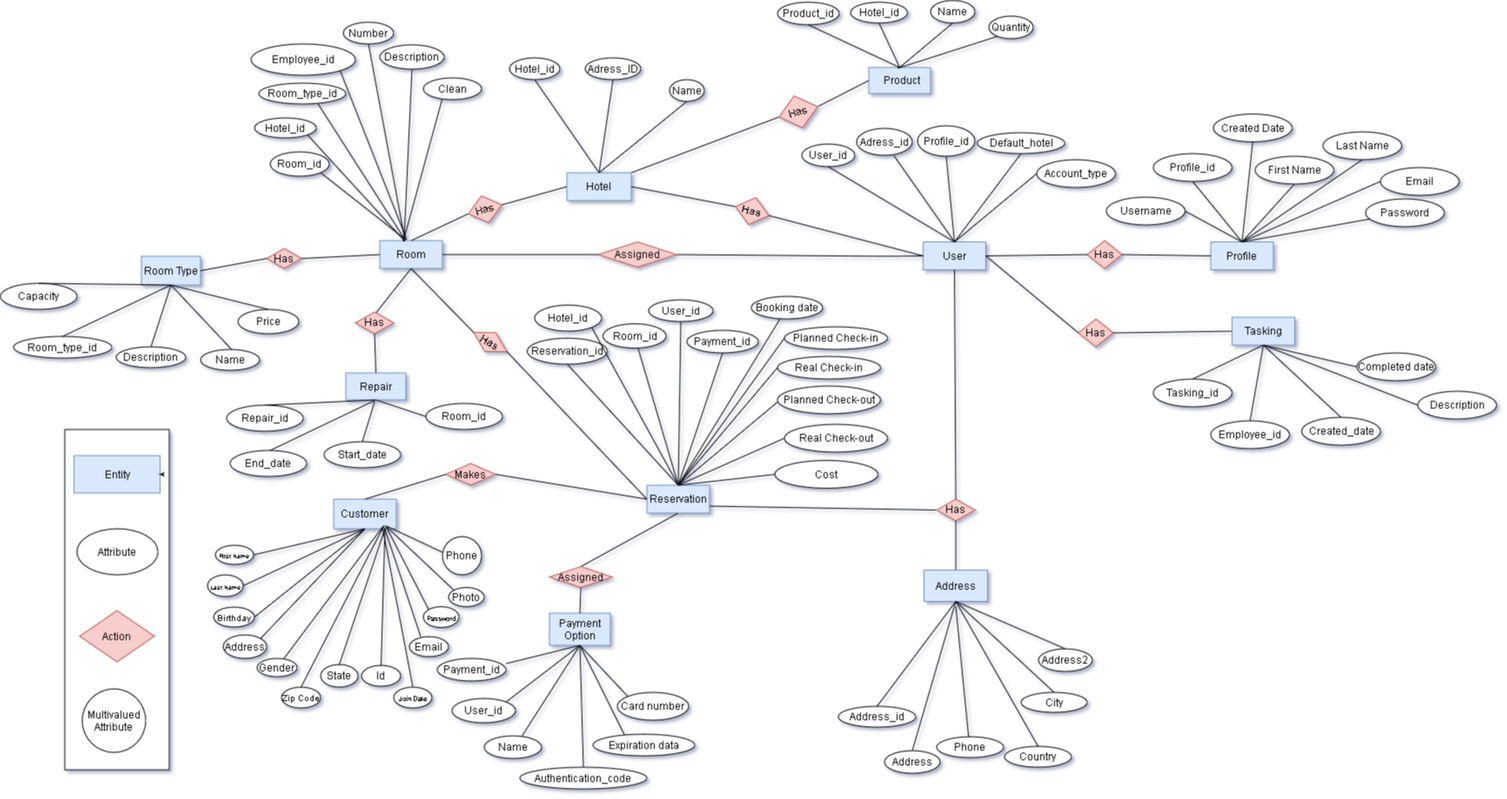
Above: Diagrams/ERD/ER_Diagram.png in Sonja17/Hotel-Management-System (draw.io), before the change. Source tidied: cells renumbered, new cells last; positions are measured from the earlier drawing's top-left corner, leaving out a move shared by most shapes.
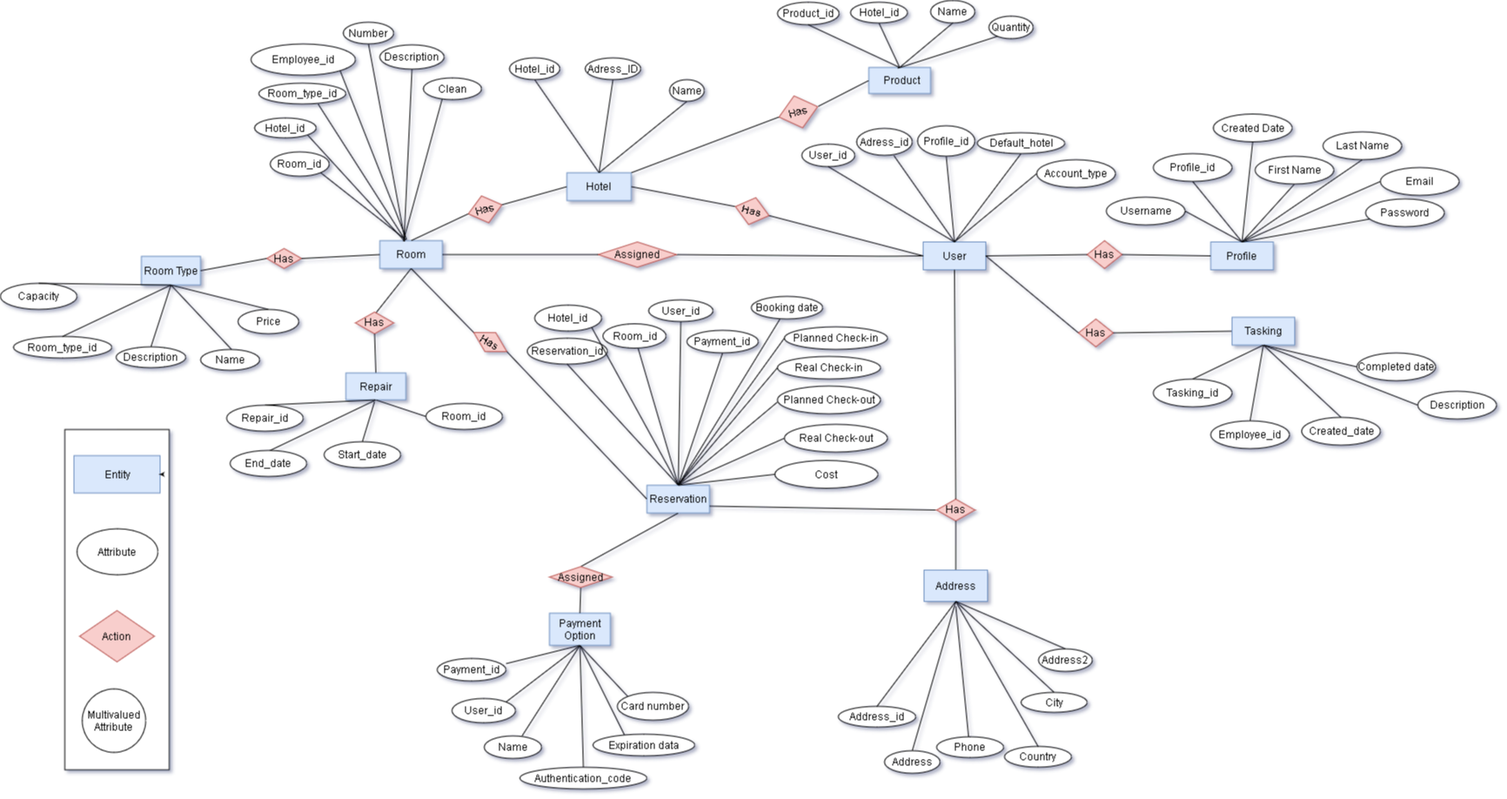
Above is the later version.

Diff of the diagram source:
```diff
@@ -96,24 +96,12 @@
     <mxCell id="31" style="endArrow=none;html=1;entryX=0;entryY=0.5;entryDx=0;entryDy=0;exitX=1;exitY=0.5;exitDx=0;exitDy=0;" parent="1" edge="1" source="29" target="6">
       <mxGeometry relative="1" as="geometry" />
     </mxCell>
-    <mxCell id="32" value="Customer" style="rounded=0;whiteSpace=wrap;html=1;fillColor=#dae8fc;strokeColor=#6c8ebf;" parent="1" vertex="1">
-      <mxGeometry x="383" y="573" width="72" height="34" as="geometry" />
-    </mxCell>
     <mxCell id="33" value="Payment Option" style="rounded=0;whiteSpace=wrap;html=1;fillColor=#dae8fc;strokeColor=#6c8ebf;" parent="1" vertex="1">
       <mxGeometry x="631" y="704" width="70" height="37" as="geometry" />
     </mxCell>
     <mxCell id="34" value="Address" style="rounded=0;whiteSpace=wrap;html=1;fillColor=#dae8fc;strokeColor=#6c8ebf;" parent="1" vertex="1">
       <mxGeometry x="1061.5" y="654.5" width="73" height="36" as="geometry" />
     </mxCell>
-    <mxCell id="35" value="Makes" style="rhombus;whiteSpace=wrap;html=1;fillColor=#f8cecc;strokeColor=#b85450;" parent="1" vertex="1">
-      <mxGeometry x="512" y="532" width="57" height="25" as="geometry" />
-    </mxCell>
-    <mxCell id="36" style="endArrow=none;html=1;entryX=0;entryY=0.5;entryDx=0;entryDy=0;exitX=1;exitY=0.5;exitDx=0;exitDy=0;" parent="1" edge="1" source="35" target="6">
-      <mxGeometry relative="1" as="geometry" />
-    </mxCell>
-    <mxCell id="37" style="endArrow=none;html=1;entryX=0;entryY=0.5;entryDx=0;entryDy=0;exitX=0.5;exitY=0;exitDx=0;exitDy=0;" parent="1" edge="1" source="32" target="35">
-      <mxGeometry relative="1" as="geometry" />
-    </mxCell>
     <mxCell id="38" style="endArrow=none;html=1;exitX=0.5;exitY=0;exitDx=0;exitDy=0;entryX=0.5;entryY=1;entryDx=0;entryDy=0;" parent="1" edge="1" source="33" target="54">
       <mxGeometry relative="1" as="geometry" />
     </mxCell>
@@ -223,102 +211,6 @@
     <mxCell id="70" style="endArrow=none;html=1;entryX=0;entryY=0.5;entryDx=0;entryDy=0;exitX=0.5;exitY=0;exitDx=0;exitDy=0;" parent="1" edge="1" source="5" target="65">
       <mxGeometry relative="1" as="geometry" />
     </mxCell>
-    <mxCell id="71" value="&lt;font style=&quot;font-size: 8px&quot;&gt;Password&lt;/font&gt;" style="ellipse;whiteSpace=wrap;html=1;" parent="1" vertex="1">
-      <mxGeometry x="486" y="696.5" width="41" height="24" as="geometry" />
-    </mxCell>
-    <mxCell id="72" value="Email" style="ellipse;whiteSpace=wrap;html=1;" parent="1" vertex="1">
-      <mxGeometry x="470" y="731" width="45" height="23" as="geometry" />
-    </mxCell>
-    <mxCell id="73" value="Id" style="ellipse;whiteSpace=wrap;html=1;" parent="1" vertex="1">
-      <mxGeometry x="415" y="764" width="45" height="24" as="geometry" />
-    </mxCell>
-    <mxCell id="74" value="Photo" style="ellipse;whiteSpace=wrap;html=1;" parent="1" vertex="1">
-      <mxGeometry x="515" y="674.5" width="41" height="22" as="geometry" />
-    </mxCell>
-    <mxCell id="75" value="State" style="ellipse;whiteSpace=wrap;html=1;" parent="1" vertex="1">
-      <mxGeometry x="368" y="763" width="43" height="26" as="geometry" />
-    </mxCell>
-    <mxCell id="76" value="&lt;font size=&quot;1&quot;&gt;Zip Code&lt;/font&gt;" style="ellipse;whiteSpace=wrap;html=1;" parent="1" vertex="1">
-      <mxGeometry x="323" y="789" width="45" height="24" as="geometry" />
-    </mxCell>
-    <mxCell id="77" value="Gender" style="ellipse;whiteSpace=wrap;html=1;" parent="1" vertex="1">
-      <mxGeometry x="295" y="756" width="46" height="21" as="geometry" />
-    </mxCell>
-    <mxCell id="78" value="Address" style="ellipse;whiteSpace=wrap;html=1;" parent="1" vertex="1">
-      <mxGeometry x="256" y="729" width="50" height="27" as="geometry" />
-    </mxCell>
-    <mxCell id="79" value="&lt;font size=&quot;1&quot;&gt;Birthday&lt;/font&gt;" style="ellipse;whiteSpace=wrap;html=1;" parent="1" vertex="1">
-      <mxGeometry x="245" y="697" width="47" height="23" as="geometry" />
-    </mxCell>
-    <mxCell id="80" value="&lt;font style=&quot;font-size: 7px&quot;&gt;Last Name&lt;/font&gt;" style="ellipse;whiteSpace=wrap;html=1;" parent="1" vertex="1">
-      <mxGeometry x="238" y="660" width="41" height="25" as="geometry" />
-    </mxCell>
-    <mxCell id="81" value="&lt;font style=&quot;font-size: 7px&quot;&gt;First Name&lt;/font&gt;" style="ellipse;whiteSpace=wrap;html=1;" parent="1" vertex="1">
-      <mxGeometry x="247" y="626" width="44" height="22" as="geometry" />
-    </mxCell>
-    <mxCell id="82" value="Phone" style="ellipse;whiteSpace=wrap;html=1;" parent="1" vertex="1">
-      <mxGeometry x="508" y="616" width="45" height="44" as="geometry" />
-    </mxCell>
-    <mxCell id="83" value="&lt;font style=&quot;font-size: 8px&quot;&gt;Join Date&lt;/font&gt;" style="ellipse;whiteSpace=wrap;html=1;" parent="1" vertex="1">
-      <mxGeometry x="452" y="789" width="44" height="24" as="geometry" />
-    </mxCell>
-    <mxCell id="84" style="endArrow=none;html=1;entryX=0.5;entryY=1;entryDx=0;entryDy=0;exitX=1;exitY=0.5;exitDx=0;exitDy=0;" parent="1" edge="1" source="81" target="32">
-      <mxGeometry relative="1" as="geometry" />
-    </mxCell>
-    <mxCell id="85" style="endArrow=none;html=1;entryX=0.5;entryY=1;entryDx=0;entryDy=0;exitX=1;exitY=0.5;exitDx=0;exitDy=0;" parent="1" edge="1" source="80" target="32">
-      <mxGeometry relative="1" as="geometry" />
-    </mxCell>
-    <mxCell id="86" style="endArrow=none;html=1;entryX=0.5;entryY=1;entryDx=0;entryDy=0;exitX=1;exitY=0.5;exitDx=0;exitDy=0;" parent="1" edge="1" source="79" target="32">
-      <mxGeometry relative="1" as="geometry" />
-    </mxCell>
-    <mxCell id="87" style="endArrow=none;html=1;entryX=0.5;entryY=1;entryDx=0;entryDy=0;exitX=1;exitY=0;exitDx=0;exitDy=0;" parent="1" edge="1" source="78" target="32">
-      <mxGeometry relative="1" as="geometry" />
-    </mxCell>
-    <mxCell id="88" style="endArrow=none;html=1;fontFamily=Helvetica;fontSize=11;fontColor=#000000;align=center;strokeColor=#000000;" parent="1" edge="1" source="77">
-      <mxGeometry relative="1" as="geometry">
-        <mxPoint x="440" y="604" as="targetPoint" />
-      </mxGeometry>
-    </mxCell>
-    <mxCell id="89" style="endArrow=none;html=1;exitX=0;exitY=0.409;exitDx=0;exitDy=0;exitPerimeter=0;" parent="1" edge="1" source="82">
-      <mxGeometry relative="1" as="geometry">
-        <mxPoint x="444" y="604" as="targetPoint" />
-      </mxGeometry>
-    </mxCell>
-    <mxCell id="90" style="endArrow=none;html=1;exitX=0;exitY=0;exitDx=0;exitDy=0;" parent="1" edge="1" source="74">
-      <mxGeometry relative="1" as="geometry">
-        <mxPoint x="442" y="603" as="targetPoint" />
-      </mxGeometry>
-    </mxCell>
-    <mxCell id="91" style="endArrow=none;html=1;exitX=0;exitY=0;exitDx=0;exitDy=0;" parent="1" edge="1" source="71">
-      <mxGeometry relative="1" as="geometry">
-        <mxPoint x="443" y="604" as="targetPoint" />
-      </mxGeometry>
-    </mxCell>
-    <mxCell id="92" style="endArrow=none;html=1;exitX=0.289;exitY=0;exitDx=0;exitDy=0;exitPerimeter=0;" parent="1" edge="1" source="72">
-      <mxGeometry relative="1" as="geometry">
-        <mxPoint x="441" y="605" as="targetPoint" />
-      </mxGeometry>
-    </mxCell>
-    <mxCell id="93" style="endArrow=none;html=1;exitX=0.5;exitY=0;exitDx=0;exitDy=0;" parent="1" edge="1" source="83">
-      <mxGeometry relative="1" as="geometry">
-        <mxPoint x="439" y="605" as="targetPoint" />
-      </mxGeometry>
-    </mxCell>
-    <mxCell id="94" style="endArrow=none;html=1;exitX=0.5;exitY=0;exitDx=0;exitDy=0;" parent="1" edge="1" source="76">
-      <mxGeometry relative="1" as="geometry">
-        <mxPoint x="441" y="603" as="targetPoint" />
-      </mxGeometry>
-    </mxCell>
-    <mxCell id="95" style="endArrow=none;html=1;exitX=0.5;exitY=0;exitDx=0;exitDy=0;" parent="1" edge="1" source="75">
-      <mxGeometry relative="1" as="geometry">
-        <mxPoint x="442" y="607" as="targetPoint" />
-      </mxGeometry>
-    </mxCell>
-    <mxCell id="96" style="endArrow=none;html=1;exitX=0.5;exitY=0;exitDx=0;exitDy=0;" parent="1" edge="1" source="73">
-      <mxGeometry relative="1" as="geometry">
-        <mxPoint x="442" y="606" as="targetPoint" />
-      </mxGeometry>
-    </mxCell>
     <mxCell id="97" value="User_id" style="ellipse;whiteSpace=wrap;html=1;" parent="1" vertex="1">
       <mxGeometry x="519" y="802" width="73" height="28" as="geometry" />
     </mxCell>
```
